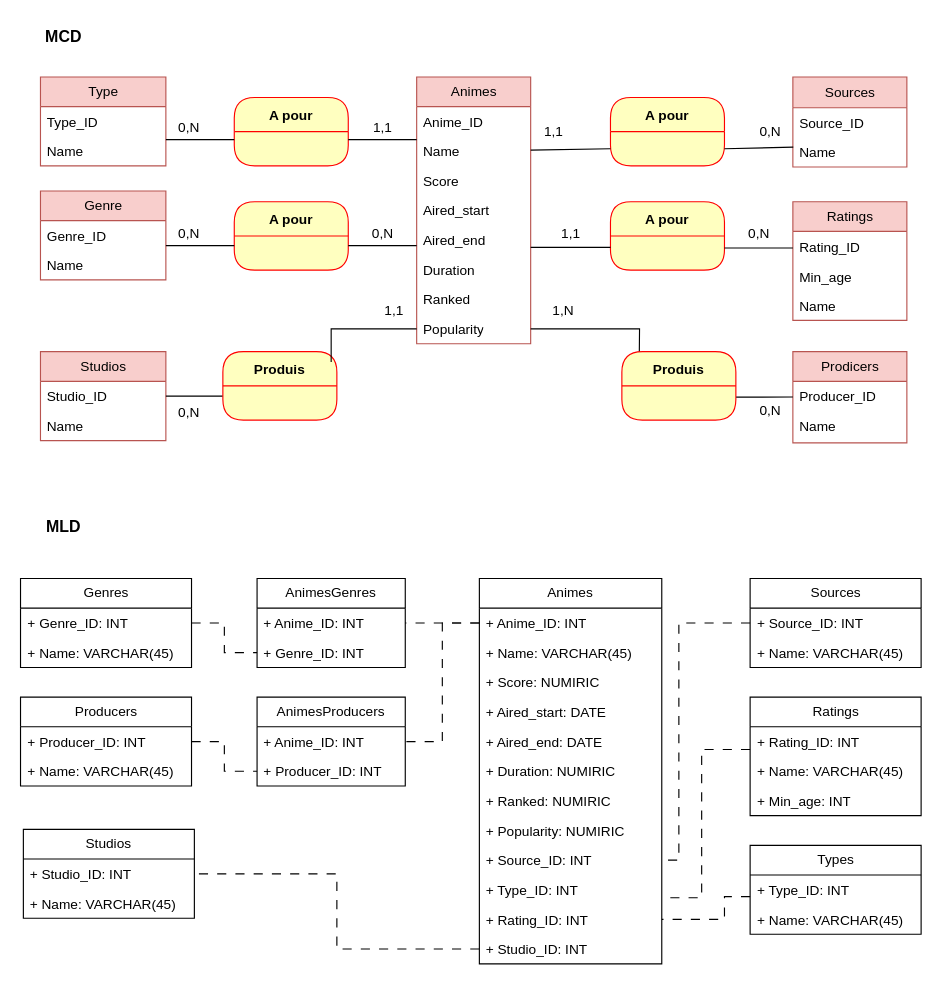
Before: animes_bd/animes.drawio in kkherrazi/postgresql_psycopg2, a draw.io diagram. Source tidied: cells renumbered, new cells numbered last; positions are measured from the earlier drawing's top-left corner, leaving out a move shared by most shapes. Both pictures are drawn from the tidied source at 114%, with x=0, y=0 at pixel (21, 19).
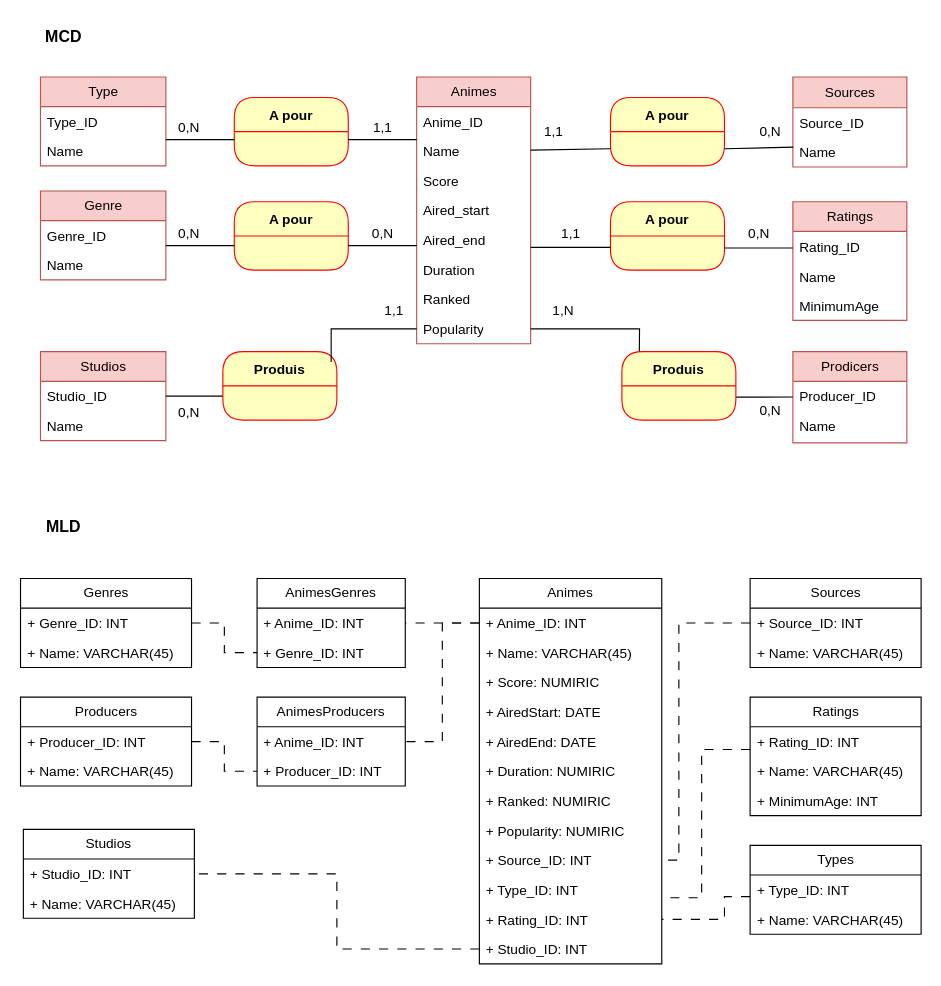
The same diagram, later.

Commit message:
Mettre à jour animes mcd et mld

The change refers to these unchanged cells:
```xml
<mxCell id="27" value="Ratings" style="swimlane;fontStyle=0;horizontal=1;startSize=26;fillColor=#f8cecc;html=1;strokeColor=#b85450;" parent="1" vertex="1">
  <mxGeometry x="677" y="159.5" width="100" height="104" as="geometry" />
</mxCell>
<mxCell id="61" value="Animes" style="swimlane;fontStyle=0;horizontal=1;startSize=26;fillColor=none;whiteSpace=wrap;html=1;" parent="1" vertex="1">
  <mxGeometry x="402" y="490" width="160" height="338" as="geometry" />
</mxCell>
<mxCell id="74" value="Ratings" style="swimlane;fontStyle=0;horizontal=1;startSize=26;fillColor=none;whiteSpace=wrap;html=1;" parent="1" vertex="1">
  <mxGeometry x="639.5" y="594" width="150" height="104" as="geometry" />
</mxCell>
```

The edit, as a diff of the source:
```diff
@@
+    <mxCell id="30" value="Name" style="text;strokeColor=none;fillColor=none;align=left;verticalAlign=top;spacingLeft=4;spacingRight=4;overflow=hidden;whiteSpace=wrap;html=1;" parent="27" vertex="1">
+      <mxGeometry y="52" width="100" height="26" as="geometry" />
+    </mxCell>
-    <mxCell id="29" value="Min_age" style="text;strokeColor=none;fillColor=none;align=left;verticalAlign=top;spacingLeft=4;spacingRight=4;overflow=hidden;whiteSpace=wrap;html=1;" parent="27" vertex="1">
-      <mxGeometry y="52" width="100" height="26" as="geometry" />
+    <mxCell id="29" value="Minimum&lt;span style=&quot;background-color: transparent; color: light-dark(rgb(0, 0, 0), rgb(255, 255, 255));&quot;&gt;Age&lt;/span&gt;" style="text;strokeColor=none;fillColor=none;align=left;verticalAlign=top;spacingLeft=4;spacingRight=4;overflow=hidden;whiteSpace=wrap;html=1;" parent="27" vertex="1">
+      <mxGeometry y="78" width="100" height="26" as="geometry" />
     </mxCell>
-    <mxCell id="30" value="Name" style="text;strokeColor=none;fillColor=none;align=left;verticalAlign=top;spacingLeft=4;spacingRight=4;overflow=hidden;whiteSpace=wrap;html=1;" parent="27" vertex="1">
-      <mxGeometry y="78" width="100" height="26" as="geometry" />
-    </mxCell>
@@
-    <mxCell id="65" value="+ Aired_start: DATE" style="text;strokeColor=none;fillColor=none;align=left;verticalAlign=top;spacingLeft=4;spacingRight=4;overflow=hidden;whiteSpace=wrap;html=1;" parent="61" vertex="1">
+    <mxCell id="65" value="+ AiredStart: DATE" style="text;strokeColor=none;fillColor=none;align=left;verticalAlign=top;spacingLeft=4;spacingRight=4;overflow=hidden;whiteSpace=wrap;html=1;" parent="61" vertex="1">
       <mxGeometry y="104" width="160" height="26" as="geometry" />
     </mxCell>
-    <mxCell id="66" value="+ Aired_end: DATE" style="text;strokeColor=none;fillColor=none;align=left;verticalAlign=top;spacingLeft=4;spacingRight=4;overflow=hidden;whiteSpace=wrap;html=1;" parent="61" vertex="1">
+    <mxCell id="66" value="+ AiredEnd: DATE" style="text;strokeColor=none;fillColor=none;align=left;verticalAlign=top;spacingLeft=4;spacingRight=4;overflow=hidden;whiteSpace=wrap;html=1;" parent="61" vertex="1">
       <mxGeometry y="130" width="160" height="26" as="geometry" />
     </mxCell>
@@
-    <mxCell id="77" value="+ Min_age: INT" style="text;strokeColor=none;fillColor=none;align=left;verticalAlign=top;spacingLeft=4;spacingRight=4;overflow=hidden;whiteSpace=wrap;html=1;" parent="74" vertex="1">
+    <mxCell id="77" value="+ MinimumAge: INT" style="text;strokeColor=none;fillColor=none;align=left;verticalAlign=top;spacingLeft=4;spacingRight=4;overflow=hidden;whiteSpace=wrap;html=1;" parent="74" vertex="1">
       <mxGeometry y="78" width="150" height="26" as="geometry" />
     </mxCell>
```
